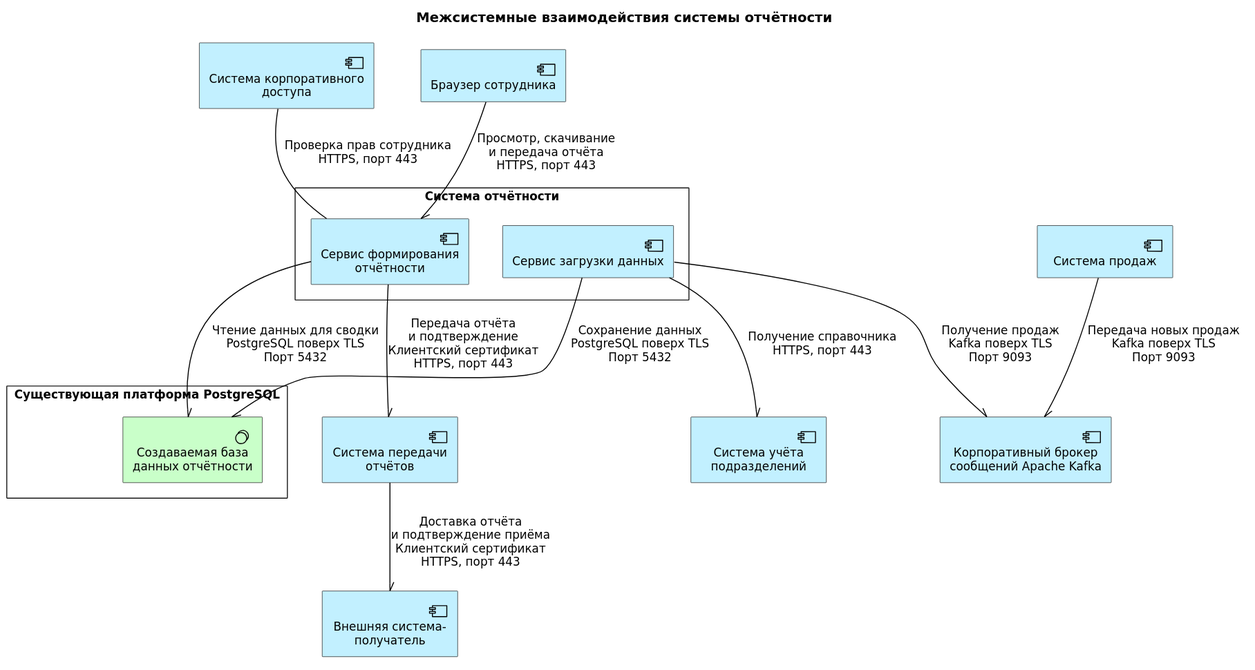
Volodya1000/SolutionArchitectAI keeps this PlantUML diagram as docs/examples/reporting-system/interactions.svg. Above is the earlier version.
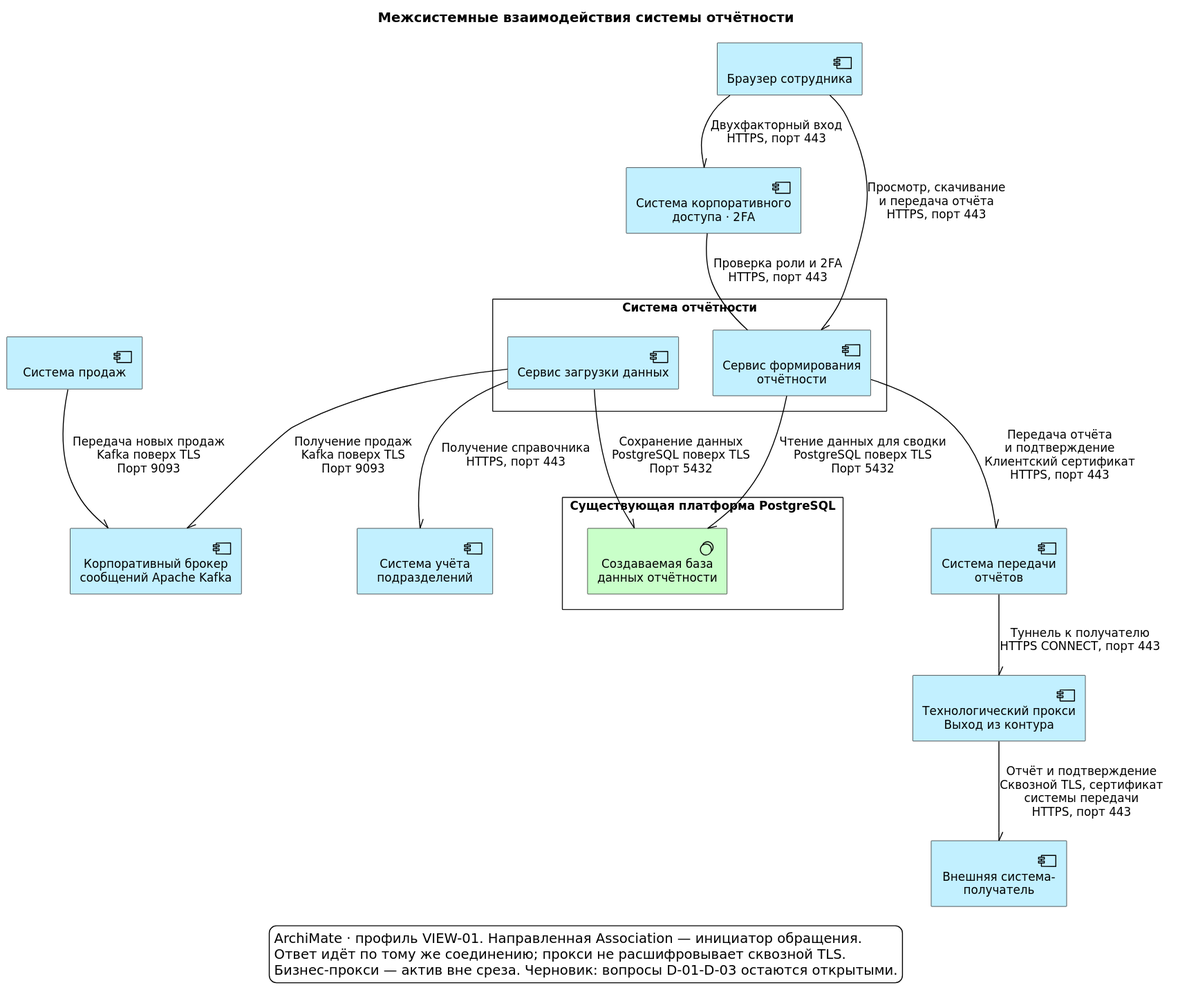
Later version of the same file.

The edit, as a diff of the source:
```diff
@@ -9,9 +9,10 @@
 
 Application_Component(sales, "Система продаж")
 Application_Component(units, "Система учёта\nподразделений")
-Application_Component(access, "Система корпоративного\nдоступа")
+Application_Component(access, "Система корпоративного\nдоступа · 2FA")
 Application_Component(broker, "Корпоративный брокер\nсообщений Apache Kafka")
 Application_Component(delivery, "Система передачи\nотчётов")
+Application_Component(proxy, "Технологический прокси\nВыход из контура")
 Application_Component(recipient, "Внешняя система-\nполучатель")
 Application_Component(browser, "Браузер сотрудника")
 rectangle "Существующая платформа PostgreSQL" {
@@ -28,8 +29,15 @@
 Rel_Association_dir(loader, units, "Получение справочника\nHTTPS, порт 443")
 Rel_Association_dir(loader, database, "Сохранение данных\nPostgreSQL поверх TLS\nПорт 5432")
 Rel_Association_dir(reporting, database, "Чтение данных для сводки\nPostgreSQL поверх TLS\nПорт 5432")
-Rel_Association_Up(reporting, access, "Проверка прав сотрудника\nHTTPS, порт 443")
+Rel_Association_Up(reporting, access, "Проверка роли и 2FA\nHTTPS, порт 443")
 Rel_Association_dir(browser, reporting, "Просмотр, скачивание\nи передача отчёта\nHTTPS, порт 443")
 Rel_Association_dir(reporting, delivery, "Передача отчёта\nи подтверждение\nКлиентский сертификат\nHTTPS, порт 443")
-Rel_Association_dir(delivery, recipient, "Доставка отчёта\nи подтверждение приёма\nКлиентский сертификат\nHTTPS, порт 443")
+Rel_Association_dir(delivery, proxy, "Туннель к получателю\nHTTPS CONNECT, порт 443")
+Rel_Association_dir(proxy, recipient, "Отчёт и подтверждение\nСквозной TLS, сертификат\nсистемы передачи\nHTTPS, порт 443")
+Rel_Association_dir(browser, access, "Двухфакторный вход\nHTTPS, порт 443")
+legend bottom
+  ArchiMate · профиль VIEW-01. Направленная Association — инициатор обращения.
+  Ответ идёт по тому же соединению; прокси не расшифровывает сквозной TLS.
+  Бизнес-прокси — актив вне среза. Черновик: вопросы D-01-D-03 остаются открытыми.
+endlegend
 @enduml
```
